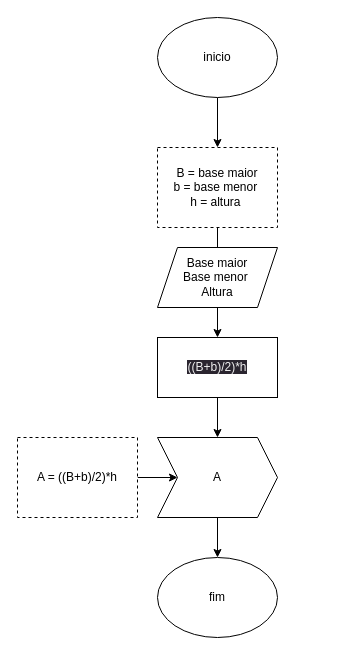
Earlier version of the draw.io diagram technologies/log.drawio (luisguile/HTML-CSS-TUTORIAL). Source tidied: cells renumbered, new cells numbered last; positions are measured from the earlier drawing's top-left corner, leaving out a move shared by most shapes. Both pictures are drawn from the tidied source at 100%, with x=0, y=0 at pixel (17, 17).
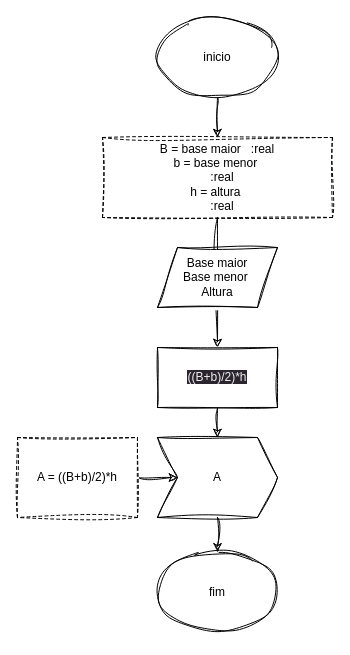
The same diagram, later.

The edit, as a diff of the source:
```diff
@@
 <mxGraphModel>
   <root>
     <mxCell id="0" />
     <mxCell id="1" parent="0" />
-    <mxCell id="2" style="edgeStyle=none;html=1;" parent="1" edge="1" source="3" target="6">
+    <mxCell id="2" style="edgeStyle=none;html=1;sketch=1;curveFitting=1;jiggle=2;" parent="1" edge="1" source="3" target="6">
       <mxGeometry relative="1" as="geometry" />
     </mxCell>
-    <mxCell id="3" value="inicio" style="ellipse;whiteSpace=wrap;html=1;" parent="1" vertex="1">
+    <mxCell id="3" value="inicio" style="ellipse;whiteSpace=wrap;html=1;sketch=1;curveFitting=1;jiggle=2;" parent="1" vertex="1">
       <mxGeometry x="140" width="120" height="80" as="geometry" />
     </mxCell>
-    <mxCell id="4" value="fim" style="ellipse;whiteSpace=wrap;html=1;" parent="1" vertex="1">
-      <mxGeometry x="140" y="540" width="120" height="80" as="geometry" />
+    <mxCell id="4" value="fim" style="ellipse;whiteSpace=wrap;html=1;sketch=1;curveFitting=1;jiggle=2;" parent="1" vertex="1">
+      <mxGeometry x="140" y="534.5" width="120" height="80" as="geometry" />
     </mxCell>
-    <mxCell id="5" style="edgeStyle=none;html=1;" parent="1" edge="1" source="6" target="8">
+    <mxCell id="5" style="edgeStyle=none;html=1;sketch=1;curveFitting=1;jiggle=2;" parent="1" edge="1" source="6" target="8">
       <mxGeometry relative="1" as="geometry" />
     </mxCell>
-    <mxCell id="6" value="&lt;div&gt;B = base maior&lt;/div&gt;&lt;div&gt;b = base menor&amp;nbsp;&lt;/div&gt;&lt;div&gt;h = altura&amp;nbsp;&lt;/div&gt;" style="rounded=0;whiteSpace=wrap;html=1;dashed=1;" parent="1" vertex="1">
-      <mxGeometry x="140" y="130" width="120" height="80" as="geometry" />
+    <mxCell id="6" value="&lt;div&gt;B = base maior&amp;nbsp; &amp;nbsp;:real&lt;/div&gt;&lt;div&gt;b = base menor&amp;nbsp;&lt;/div&gt;&amp;nbsp; &amp;nbsp;:real&lt;div&gt;h = altura&amp;nbsp;&lt;/div&gt;&amp;nbsp; &amp;nbsp;:real" style="rounded=0;whiteSpace=wrap;html=1;dashed=1;sketch=1;curveFitting=1;jiggle=2;" parent="1" vertex="1">
+      <mxGeometry x="85" y="120" width="230" height="80" as="geometry" />
     </mxCell>
-    <mxCell id="7" style="edgeStyle=none;html=1;" parent="1" edge="1" source="8" target="10">
+    <mxCell id="7" style="edgeStyle=none;html=1;sketch=1;curveFitting=1;jiggle=2;" parent="1" edge="1" source="8" target="10">
       <mxGeometry relative="1" as="geometry" />
     </mxCell>
-    <mxCell id="8" value="&lt;span style=&quot;color: rgb(240, 240, 240); font-family: Helvetica; font-size: 12px; font-style: normal; font-variant-ligatures: normal; font-variant-caps: normal; font-weight: 400; letter-spacing: normal; orphans: 2; text-align: center; text-indent: 0px; text-transform: none; widows: 2; word-spacing: 0px; -webkit-text-stroke-width: 0px; background-color: rgb(42, 37, 47); text-decoration-thickness: initial; text-decoration-style: initial; text-decoration-color: initial; float: none; display: inline !important;&quot;&gt;((B+b)/2)*h&lt;/span&gt;" style="rounded=0;whiteSpace=wrap;html=1;" parent="1" vertex="1">
-      <mxGeometry x="140" y="320" width="120" height="60" as="geometry" />
+    <mxCell id="8" value="&lt;span style=&quot;color: rgb(240, 240, 240); font-family: Helvetica; font-size: 12px; font-style: normal; font-variant-ligatures: normal; font-variant-caps: normal; font-weight: 400; letter-spacing: normal; orphans: 2; text-align: center; text-indent: 0px; text-transform: none; widows: 2; word-spacing: 0px; -webkit-text-stroke-width: 0px; background-color: rgb(42, 37, 47); text-decoration-thickness: initial; text-decoration-style: initial; text-decoration-color: initial; float: none; display: inline !important;&quot;&gt;((B+b)/2)*h&lt;/span&gt;" style="rounded=0;whiteSpace=wrap;html=1;sketch=1;curveFitting=1;jiggle=2;" parent="1" vertex="1">
+      <mxGeometry x="140" y="330" width="120" height="60" as="geometry" />
     </mxCell>
-    <mxCell id="9" style="edgeStyle=none;html=1;" parent="1" edge="1" source="10" target="4">
+    <mxCell id="9" style="edgeStyle=none;html=1;sketch=1;curveFitting=1;jiggle=2;" parent="1" edge="1" source="10" target="4">
       <mxGeometry relative="1" as="geometry" />
     </mxCell>
-    <mxCell id="10" value="A" style="shape=step;perimeter=stepPerimeter;whiteSpace=wrap;html=1;fixedSize=1;" parent="1" vertex="1">
+    <mxCell id="10" value="A" style="shape=step;perimeter=stepPerimeter;whiteSpace=wrap;html=1;fixedSize=1;sketch=1;curveFitting=1;jiggle=2;" parent="1" vertex="1">
       <mxGeometry x="140" y="420" width="120" height="80" as="geometry" />
     </mxCell>
-    <mxCell id="11" style="edgeStyle=none;html=1;entryX=0;entryY=0.5;entryDx=0;entryDy=0;" parent="1" edge="1" source="12" target="10">
+    <mxCell id="11" style="edgeStyle=none;html=1;entryX=0;entryY=0.5;entryDx=0;entryDy=0;sketch=1;curveFitting=1;jiggle=2;" parent="1" edge="1" source="12" target="10">
       <mxGeometry relative="1" as="geometry" />
     </mxCell>
-    <mxCell id="12" value="A = ((B+b)/2)*h" style="rounded=0;whiteSpace=wrap;html=1;dashed=1;" parent="1" vertex="1">
+    <mxCell id="12" value="A = ((B+b)/2)*h" style="rounded=0;whiteSpace=wrap;html=1;dashed=1;sketch=1;curveFitting=1;jiggle=2;" parent="1" vertex="1">
       <mxGeometry y="420" width="120" height="80" as="geometry" />
     </mxCell>
-    <mxCell id="13" value="Base maior &lt;br&gt;Base menor&amp;nbsp;&lt;br&gt;Altura" style="shape=parallelogram;perimeter=parallelogramPerimeter;whiteSpace=wrap;html=1;fixedSize=1;" parent="1" vertex="1">
+    <mxCell id="13" value="Base maior &lt;br&gt;Base menor&amp;nbsp;&lt;br&gt;Altura" style="shape=parallelogram;perimeter=parallelogramPerimeter;whiteSpace=wrap;html=1;fixedSize=1;sketch=1;curveFitting=1;jiggle=2;" parent="1" vertex="1">
       <mxGeometry x="140" y="230" width="120" height="60" as="geometry" />
     </mxCell>
   </root>
 </mxGraphModel>
```
